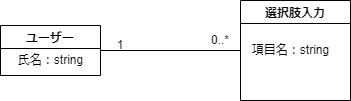
The draw.io diagram Class-3.drawio.png in Hu-Hanxu/First-App-Self-Management-, before a commit. Source tidied: cells renumbered, new cells last; positions are measured from the earlier drawing's top-left corner, leaving out a move shared by most shapes.
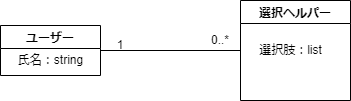
After the change.

Change to the diagram source:
```diff
@@ -2,11 +2,11 @@
   <root>
     <mxCell id="0" />
     <mxCell id="1" parent="0" />
-    <mxCell id="2" value="選択肢入力" style="swimlane;" parent="1" vertex="1">
+    <mxCell id="2" value="選択ヘルパー" style="swimlane;" parent="1" vertex="1">
       <mxGeometry x="240" width="110" height="100" as="geometry" />
     </mxCell>
-    <mxCell id="3" value="項目名：string" style="text;html=1;align=center;verticalAlign=middle;strokeColor=none;fillColor=none;" parent="1" vertex="1">
-      <mxGeometry x="240" y="35" width="100" height="30" as="geometry" />
+    <mxCell id="3" value="選択肢：list" style="text;html=1;align=center;verticalAlign=middle;strokeColor=none;fillColor=none;" parent="1" vertex="1">
+      <mxGeometry x="245" y="35" width="90" height="30" as="geometry" />
     </mxCell>
     <mxCell id="4" style="endArrow=none;html=1;entryX=0;entryY=0.5;entryDx=0;entryDy=0;exitX=1;exitY=0.5;exitDx=0;exitDy=0;" parent="1" edge="1" target="2">
       <mxGeometry relative="1" as="geometry">
```
